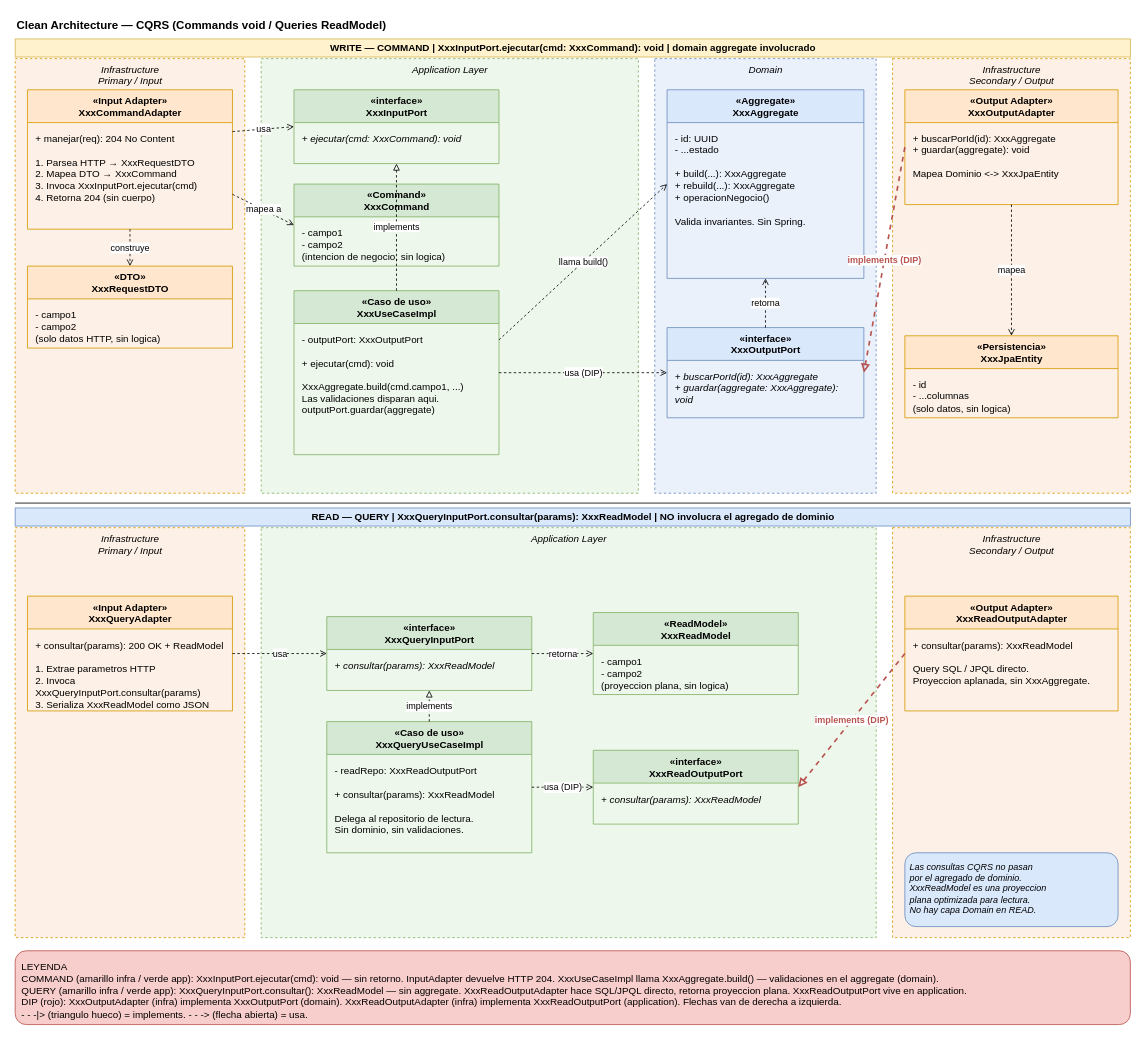
Before: docs/clean-architecture-clases-plantilla.drawio in arquisoft-uco/arquisoft-backend, a draw.io diagram. Source tidied: cells renumbered, new cells numbered last; positions are measured from the earlier drawing's top-left corner, leaving out a move shared by most shapes. Both pictures are drawn from the tidied source at 82%, with x=0, y=0 at pixel (15, 14).
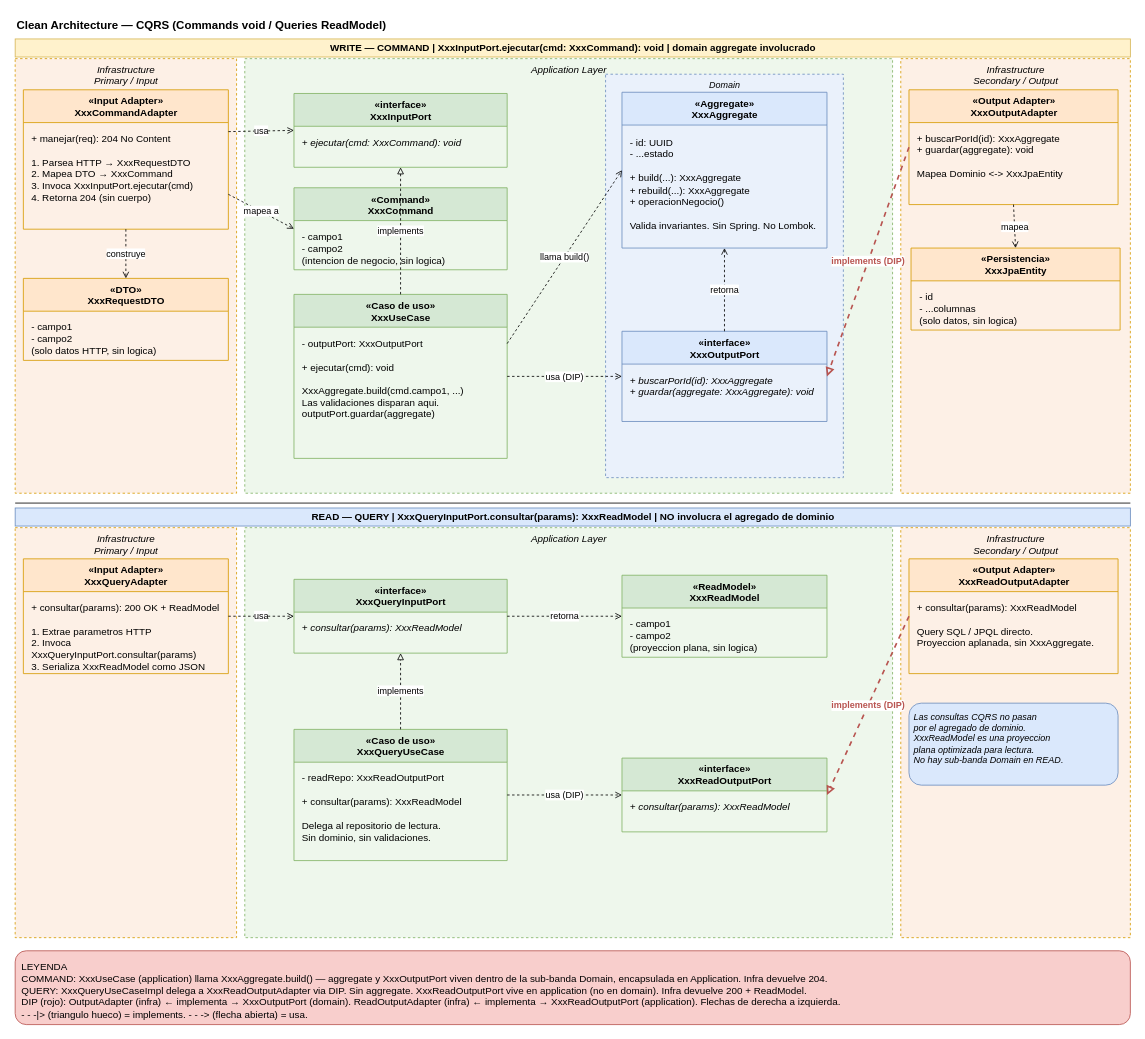
The same diagram, later.

Commit message:
refactor: renombramiento y tamaño

What changed in the source:
```diff
@@
     <mxCell id="4" value="Infrastructure&#10;Primary / Input" style="rounded=0;html=1;verticalAlign=top;align=center;fontStyle=2;fontSize=12;dashed=1;fillColor=#fdf0e6;strokeColor=#d79b00;" parent="1" vertex="1">
-      <mxGeometry y="54" width="280" height="530" as="geometry" />
+      <mxGeometry y="54" width="270" height="530" as="geometry" />
     </mxCell>
     <mxCell id="5" value="Application Layer" style="rounded=0;html=1;verticalAlign=top;align=center;fontStyle=2;fontSize=12;dashed=1;fillColor=#eef7ec;strokeColor=#82b366;" parent="1" vertex="1">
-      <mxGeometry x="300" y="54" width="460" height="530" as="geometry" />
+      <mxGeometry x="280" y="54" width="790" height="530" as="geometry" />
     </mxCell>
-    <mxCell id="6" value="Domain" style="rounded=0;html=1;verticalAlign=top;align=center;fontStyle=2;fontSize=12;dashed=1;fillColor=#eaf1fb;strokeColor=#6c8ebf;" parent="1" vertex="1">
-      <mxGeometry x="780" y="54" width="270" height="530" as="geometry" />
+    <mxCell id="6" value="Domain" style="rounded=0;html=1;verticalAlign=top;align=center;fontStyle=2;fontSize=11;dashed=1;fillColor=#eaf1fb;strokeColor=#6c8ebf;" parent="1" vertex="1">
+      <mxGeometry x="720" y="73" width="290" height="492" as="geometry" />
     </mxCell>
     <mxCell id="7" value="Infrastructure&#10;Secondary / Output" style="rounded=0;html=1;verticalAlign=top;align=center;fontStyle=2;fontSize=12;dashed=1;fillColor=#fdf0e6;strokeColor=#d79b00;" parent="1" vertex="1">
-      <mxGeometry x="1070" y="54" width="290" height="530" as="geometry" />
+      <mxGeometry x="1080" y="54" width="280" height="530" as="geometry" />
     </mxCell>
     <mxCell id="8" value="«Input Adapter»&#10;XxxCommandAdapter" style="swimlane;html=1;fontStyle=1;align=center;verticalAlign=top;startSize=40;rounded=0;fillColor=#ffe6cc;strokeColor=#d79b00;" parent="1" vertex="1">
-      <mxGeometry x="15" y="92" width="250" height="170" as="geometry" />
+      <mxGeometry x="10" y="92" width="250" height="170" as="geometry" />
     </mxCell>
@@
     <mxCell id="10" value="«DTO»&#10;XxxRequestDTO" style="swimlane;html=1;fontStyle=1;align=center;verticalAlign=top;startSize=40;rounded=0;fillColor=#ffe6cc;strokeColor=#d79b00;" parent="1" vertex="1">
-      <mxGeometry x="15" y="307" width="250" height="100" as="geometry" />
+      <mxGeometry x="10" y="322" width="250" height="100" as="geometry" />
     </mxCell>
@@
     <mxCell id="12" value="«interface»&#10;XxxInputPort" style="swimlane;html=1;fontStyle=1;align=center;verticalAlign=top;startSize=40;rounded=0;fillColor=#d5e8d4;strokeColor=#82b366;" parent="1" vertex="1">
-      <mxGeometry x="340" y="92" width="250" height="90" as="geometry" />
+      <mxGeometry x="340" y="96.5" width="260" height="90" as="geometry" />
     </mxCell>
     <mxCell id="13" value="+ ejecutar(cmd: XxxCommand): void" style="text;html=1;align=left;verticalAlign=top;spacingLeft=8;spacingTop=6;spacingRight=6;whiteSpace=wrap;fontStyle=2;" parent="12" vertex="1">
-      <mxGeometry y="40" width="250" height="50" as="geometry" />
+      <mxGeometry y="40" width="260" height="50" as="geometry" />
     </mxCell>
     <mxCell id="14" value="«Command»&#10;XxxCommand" style="swimlane;html=1;fontStyle=1;align=center;verticalAlign=top;startSize=40;rounded=0;fillColor=#d5e8d4;strokeColor=#82b366;" parent="1" vertex="1">
-      <mxGeometry x="340" y="207" width="250" height="100" as="geometry" />
+      <mxGeometry x="340" y="211.5" width="260" height="100" as="geometry" />
     </mxCell>
     <mxCell id="15" value="- campo1&#10;- campo2&#10;(intencion de negocio, sin logica)" style="text;html=1;align=left;verticalAlign=top;spacingLeft=8;spacingTop=6;spacingRight=6;whiteSpace=wrap;" parent="14" vertex="1">
-      <mxGeometry y="40" width="250" height="60" as="geometry" />
+      <mxGeometry y="40" width="260" height="60" as="geometry" />
     </mxCell>
-    <mxCell id="16" value="«Caso de uso»&#10;XxxUseCaseImpl" style="swimlane;html=1;fontStyle=1;align=center;verticalAlign=top;startSize=40;rounded=0;fillColor=#d5e8d4;strokeColor=#82b366;" parent="1" vertex="1">
-      <mxGeometry x="340" y="337" width="250" height="200" as="geometry" />
+    <mxCell id="16" value="«Caso de uso»&lt;br&gt;XxxUseCase" style="swimlane;html=1;fontStyle=1;align=center;verticalAlign=top;startSize=40;rounded=0;fillColor=#d5e8d4;strokeColor=#82b366;" parent="1" vertex="1">
+      <mxGeometry x="340" y="341.5" width="260" height="200" as="geometry" />
     </mxCell>
     <mxCell id="17" value="- outputPort: XxxOutputPort&#10;&#10;+ ejecutar(cmd): void&#10;&#10;XxxAggregate.build(cmd.campo1, ...)&#10;Las validaciones disparan aqui.&#10;outputPort.guardar(aggregate)" style="text;html=1;align=left;verticalAlign=top;spacingLeft=8;spacingTop=6;spacingRight=6;whiteSpace=wrap;" parent="16" vertex="1">
-      <mxGeometry y="40" width="250" height="160" as="geometry" />
+      <mxGeometry y="40" width="260" height="160" as="geometry" />
     </mxCell>
     <mxCell id="18" value="«Aggregate»&#10;XxxAggregate" style="swimlane;html=1;fontStyle=1;align=center;verticalAlign=top;startSize=40;rounded=0;fillColor=#dae8fc;strokeColor=#6c8ebf;" parent="1" vertex="1">
-      <mxGeometry x="795" y="92" width="240" height="230" as="geometry" />
+      <mxGeometry x="740" y="95" width="250" height="190" as="geometry" />
     </mxCell>
-    <mxCell id="19" value="- id: UUID&#10;- ...estado&#10;&#10;+ build(...): XxxAggregate&#10;+ rebuild(...): XxxAggregate&#10;+ operacionNegocio()&#10;&#10;Valida invariantes. Sin Spring." style="text;html=1;align=left;verticalAlign=top;spacingLeft=8;spacingTop=6;spacingRight=6;whiteSpace=wrap;" parent="18" vertex="1">
-      <mxGeometry y="40" width="240" height="190" as="geometry" />
+    <mxCell id="19" value="- id: UUID&#10;- ...estado&#10;&#10;+ build(...): XxxAggregate&#10;+ rebuild(...): XxxAggregate&#10;+ operacionNegocio()&#10;&#10;Valida invariantes. Sin Spring. No Lombok." style="text;html=1;align=left;verticalAlign=top;spacingLeft=8;spacingTop=6;spacingRight=6;whiteSpace=wrap;" parent="18" vertex="1">
+      <mxGeometry y="41.5" width="250" height="148.5" as="geometry" />
     </mxCell>
     <mxCell id="20" value="«interface»&#10;XxxOutputPort" style="swimlane;html=1;fontStyle=1;align=center;verticalAlign=top;startSize=40;rounded=0;fillColor=#dae8fc;strokeColor=#6c8ebf;" parent="1" vertex="1">
-      <mxGeometry x="795" y="382" width="240" height="110" as="geometry" />
+      <mxGeometry x="740" y="386.5" width="250" height="110" as="geometry" />
     </mxCell>
     <mxCell id="21" value="+ buscarPorId(id): XxxAggregate&#10;+ guardar(aggregate: XxxAggregate): void" style="text;html=1;align=left;verticalAlign=top;spacingLeft=8;spacingTop=6;spacingRight=6;whiteSpace=wrap;fontStyle=2;" parent="20" vertex="1">
-      <mxGeometry y="40" width="240" height="70" as="geometry" />
+      <mxGeometry y="40" width="250" height="70" as="geometry" />
     </mxCell>
     <mxCell id="22" value="«Output Adapter»&#10;XxxOutputAdapter" style="swimlane;html=1;fontStyle=1;align=center;verticalAlign=top;startSize=40;rounded=0;fillColor=#ffe6cc;strokeColor=#d79b00;" parent="1" vertex="1">
-      <mxGeometry x="1085" y="92" width="260" height="140" as="geometry" />
+      <mxGeometry x="1090" y="92" width="255" height="140" as="geometry" />
     </mxCell>
     <mxCell id="23" value="+ buscarPorId(id): XxxAggregate&#10;+ guardar(aggregate): void&#10;&#10;Mapea Dominio &lt;-&gt; XxxJpaEntity" style="text;html=1;align=left;verticalAlign=top;spacingLeft=8;spacingTop=6;spacingRight=6;whiteSpace=wrap;" parent="22" vertex="1">
-      <mxGeometry y="40" width="260" height="100" as="geometry" />
+      <mxGeometry y="40" width="255" height="100" as="geometry" />
     </mxCell>
     <mxCell id="24" value="«Persistencia»&#10;XxxJpaEntity" style="swimlane;html=1;fontStyle=1;align=center;verticalAlign=top;startSize=40;rounded=0;fillColor=#ffe6cc;strokeColor=#d79b00;" parent="1" vertex="1">
-      <mxGeometry x="1085" y="392" width="260" height="100" as="geometry" />
+      <mxGeometry x="1092.5" y="285" width="255" height="100" as="geometry" />
     </mxCell>
     <mxCell id="25" value="- id&#10;- ...columnas&#10;(solo datos, sin logica)" style="text;html=1;align=left;verticalAlign=top;spacingLeft=8;spacingTop=6;spacingRight=6;whiteSpace=wrap;" parent="24" vertex="1">
-      <mxGeometry y="40" width="260" height="60" as="geometry" />
+      <mxGeometry y="40" width="255" height="60" as="geometry" />
     </mxCell>
@@
     <mxCell id="28" value="Infrastructure&#10;Primary / Input" style="rounded=0;html=1;verticalAlign=top;align=center;fontStyle=2;fontSize=12;dashed=1;fillColor=#fdf0e6;strokeColor=#d79b00;" parent="1" vertex="1">
-      <mxGeometry y="626" width="280" height="500" as="geometry" />
+      <mxGeometry y="626" width="270" height="500" as="geometry" />
     </mxCell>
     <mxCell id="29" value="Application Layer" style="rounded=0;html=1;verticalAlign=top;align=center;fontStyle=2;fontSize=12;dashed=1;fillColor=#eef7ec;strokeColor=#82b366;" parent="1" vertex="1">
-      <mxGeometry x="300" y="626" width="750" height="500" as="geometry" />
+      <mxGeometry x="280" y="626" width="790" height="500" as="geometry" />
     </mxCell>
     <mxCell id="30" value="Infrastructure&#10;Secondary / Output" style="rounded=0;html=1;verticalAlign=top;align=center;fontStyle=2;fontSize=12;dashed=1;fillColor=#fdf0e6;strokeColor=#d79b00;" parent="1" vertex="1">
-      <mxGeometry x="1070" y="626" width="290" height="500" as="geometry" />
+      <mxGeometry x="1080" y="626" width="280" height="500" as="geometry" />
     </mxCell>
     <mxCell id="31" value="«Input Adapter»&#10;XxxQueryAdapter" style="swimlane;html=1;fontStyle=1;align=center;verticalAlign=top;startSize=40;rounded=0;fillColor=#ffe6cc;strokeColor=#d79b00;" parent="1" vertex="1">
-      <mxGeometry x="15" y="709.5" width="250" height="140" as="geometry" />
+      <mxGeometry x="10" y="664" width="250" height="140" as="geometry" />
     </mxCell>
@@
     <mxCell id="33" value="«interface»&#10;XxxQueryInputPort" style="swimlane;html=1;fontStyle=1;align=center;verticalAlign=top;startSize=40;rounded=0;fillColor=#d5e8d4;strokeColor=#82b366;" parent="1" vertex="1">
-      <mxGeometry x="380" y="734.5" width="250" height="90" as="geometry" />
+      <mxGeometry x="340" y="689" width="260" height="90" as="geometry" />
     </mxCell>
     <mxCell id="34" value="+ consultar(params): XxxReadModel" style="text;html=1;align=left;verticalAlign=top;spacingLeft=8;spacingTop=6;spacingRight=6;whiteSpace=wrap;fontStyle=2;" parent="33" vertex="1">
-      <mxGeometry y="40" width="250" height="50" as="geometry" />
+      <mxGeometry y="40" width="260" height="50" as="geometry" />
     </mxCell>
-    <mxCell id="35" value="«Caso de uso»&#10;XxxQueryUseCaseImpl" style="swimlane;html=1;fontStyle=1;align=center;verticalAlign=top;startSize=40;rounded=0;fillColor=#d5e8d4;strokeColor=#82b366;" parent="1" vertex="1">
-      <mxGeometry x="380" y="862.5" width="250" height="160" as="geometry" />
+    <mxCell id="35" value="«Caso de uso»&lt;br&gt;XxxQueryUseCase" style="swimlane;html=1;fontStyle=1;align=center;verticalAlign=top;startSize=40;rounded=0;fillColor=#d5e8d4;strokeColor=#82b366;" parent="1" vertex="1">
+      <mxGeometry x="340" y="872" width="260" height="160" as="geometry" />
     </mxCell>
     <mxCell id="36" value="- readRepo: XxxReadOutputPort&#10;&#10;+ consultar(params): XxxReadModel&#10;&#10;Delega al repositorio de lectura.&#10;Sin dominio, sin validaciones." style="text;html=1;align=left;verticalAlign=top;spacingLeft=8;spacingTop=6;spacingRight=6;whiteSpace=wrap;" parent="35" vertex="1">
-      <mxGeometry y="40" width="250" height="120" as="geometry" />
+      <mxGeometry y="40" width="260" height="120" as="geometry" />
     </mxCell>
     <mxCell id="37" value="«ReadModel»&#10;XxxReadModel" style="swimlane;html=1;fontStyle=1;align=center;verticalAlign=top;startSize=40;rounded=0;fillColor=#d5e8d4;strokeColor=#82b366;" parent="1" vertex="1">
-      <mxGeometry x="705" y="729.5" width="250" height="100" as="geometry" />
+      <mxGeometry x="740" y="684" width="250" height="100" as="geometry" />
     </mxCell>
     <mxCell id="38" value="- campo1&#10;- campo2&#10;(proyeccion plana, sin logica)" style="text;html=1;align=left;verticalAlign=top;spacingLeft=8;spacingTop=6;spacingRight=6;whiteSpace=wrap;" parent="37" vertex="1">
-      <mxGeometry y="40" width="250" height="60" as="geometry" />
+      <mxGeometry y="40" width="460" height="60" as="geometry" />
     </mxCell>
     <mxCell id="39" value="«interface»&#10;XxxReadOutputPort" style="swimlane;html=1;fontStyle=1;align=center;verticalAlign=top;startSize=40;rounded=0;fillColor=#d5e8d4;strokeColor=#82b366;" parent="1" vertex="1">
-      <mxGeometry x="705" y="897.5" width="250" height="90" as="geometry" />
+      <mxGeometry x="740" y="907" width="250" height="90" as="geometry" />
     </mxCell>
     <mxCell id="40" value="+ consultar(params): XxxReadModel" style="text;html=1;align=left;verticalAlign=top;spacingLeft=8;spacingTop=6;spacingRight=6;whiteSpace=wrap;fontStyle=2;" parent="39" vertex="1">
-      <mxGeometry y="40" width="250" height="50" as="geometry" />
+      <mxGeometry y="40" width="460" height="50" as="geometry" />
     </mxCell>
     <mxCell id="41" value="«Output Adapter»&#10;XxxReadOutputAdapter" style="swimlane;html=1;fontStyle=1;align=center;verticalAlign=top;startSize=40;rounded=0;fillColor=#ffe6cc;strokeColor=#d79b00;" parent="1" vertex="1">
-      <mxGeometry x="1085" y="709.5" width="260" height="140" as="geometry" />
+      <mxGeometry x="1090" y="664" width="255" height="140" as="geometry" />
     </mxCell>
     <mxCell id="42" value="+ consultar(params): XxxReadModel&#10;&#10;Query SQL / JPQL directo.&#10;Proyeccion aplanada, sin XxxAggregate." style="text;html=1;align=left;verticalAlign=top;spacingLeft=8;spacingTop=6;spacingRight=6;whiteSpace=wrap;" parent="41" vertex="1">
-      <mxGeometry y="40" width="260" height="100" as="geometry" />
+      <mxGeometry y="40" width="255" height="100" as="geometry" />
     </mxCell>
-    <mxCell id="43" value="Las consultas CQRS no pasan&#10;por el agregado de dominio.&#10;XxxReadModel es una proyeccion&#10;plana optimizada para lectura.&#10;No hay capa Domain en READ." style="rounded=1;whiteSpace=wrap;html=1;align=left;verticalAlign=top;fillColor=#dae8fc;strokeColor=#6c8ebf;fontSize=11;fontStyle=2;spacing=6;" parent="1" vertex="1">
-      <mxGeometry x="1085" y="1022.5" width="260" height="90" as="geometry" />
+    <mxCell id="43" value="Las consultas CQRS no pasan&#10;por el agregado de dominio.&#10;XxxReadModel es una proyeccion&#10;plana optimizada para lectura.&#10;No hay sub-banda Domain en READ." style="rounded=1;whiteSpace=wrap;html=1;align=left;verticalAlign=top;fillColor=#dae8fc;strokeColor=#6c8ebf;fontSize=11;fontStyle=2;spacing=6;" parent="1" vertex="1">
+      <mxGeometry x="1090" y="840" width="255" height="100" as="geometry" />
     </mxCell>
@@
-    <mxCell id="58" value="LEYENDA&#10;COMMAND (amarillo infra / verde app): XxxInputPort.ejecutar(cmd): void — sin retorno. InputAdapter devuelve HTTP 204. XxxUseCaseImpl llama XxxAggregate.build() — validaciones en el aggregate (domain).&#10;QUERY (amarillo infra / verde app): XxxQueryInputPort.consultar(): XxxReadModel — sin aggregate. XxxReadOutputAdapter hace SQL/JPQL directo, retorna proyeccion plana. XxxReadOutputPort vive en application.&#10;DIP (rojo): XxxOutputAdapter (infra) implementa XxxOutputPort (domain). XxxReadOutputAdapter (infra) implementa XxxReadOutputPort (application). Flechas van de derecha a izquierda.&#10;- - -|&gt; (triangulo hueco) = implements.   - - -&gt; (flecha abierta) = usa." style="rounded=1;whiteSpace=wrap;html=1;align=left;verticalAlign=top;fillColor=#f8cecc;strokeColor=#b85450;spacing=8;" parent="1" vertex="1">
+    <mxCell id="58" value="LEYENDA&lt;br&gt;COMMAND: XxxUseCase (application) llama XxxAggregate.build() — aggregate y XxxOutputPort viven dentro de la sub-banda Domain, encapsulada en Application. Infra devuelve 204.&lt;br&gt;QUERY: XxxQueryUseCaseImpl delega a XxxReadOutputAdapter via DIP. Sin aggregate. XxxReadOutputPort vive en application (no en domain). Infra devuelve 200 + ReadModel.&lt;br&gt;DIP (rojo): OutputAdapter (infra) ← implementa → XxxOutputPort (domain). ReadOutputAdapter (infra) ← implementa → XxxReadOutputPort (application). Flechas de derecha a izquierda.&lt;br&gt;- - -|&amp;gt; (triangulo hueco) = implements.   - - -&amp;gt; (flecha abierta) = usa." style="rounded=1;whiteSpace=wrap;html=1;align=left;verticalAlign=top;fillColor=#f8cecc;strokeColor=#b85450;spacing=8;" parent="1" vertex="1">
       <mxGeometry y="1142" width="1360" height="90" as="geometry" />
     </mxCell>
```
